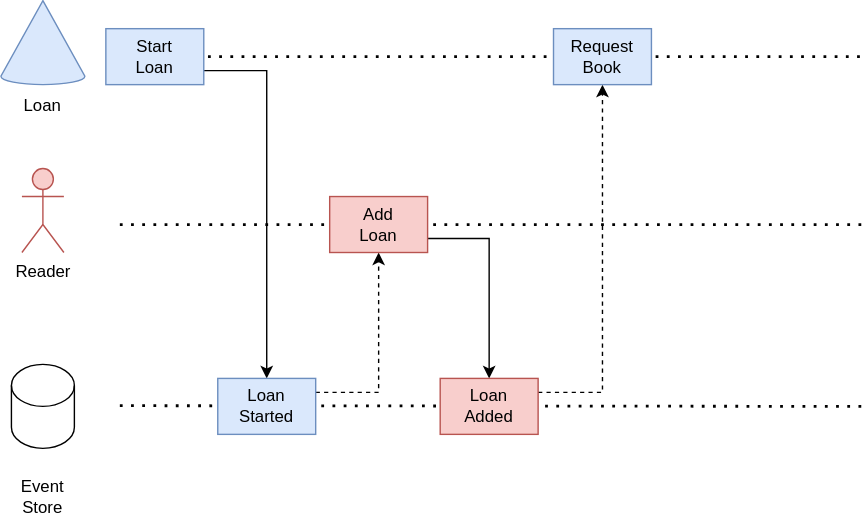
Earlier version of the draw.io export implementing-sagas/diagrams/happy-path-reader.svg (open-cqrs/opencqrs-samples). Source tidied: cells renumbered, new cells last; positions are measured from the earlier drawing's top-left corner, leaving out a move shared by most shapes.
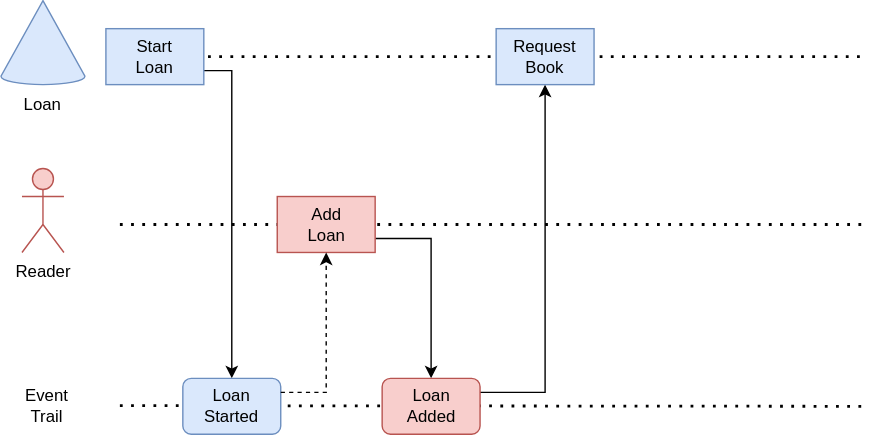
After the commit.

Diff of the diagram source:
```diff
@@ -3,64 +3,61 @@
     <mxCell id="0" />
     <mxCell id="1" parent="0" />
     <mxCell id="2" value="Reader" style="shape=umlActor;verticalLabelPosition=bottom;verticalAlign=top;html=1;fillColor=#f8cecc;strokeColor=#b85450;" parent="1" vertex="1">
-      <mxGeometry x="15" y="120" width="30" height="60" as="geometry" />
+      <mxGeometry x="10" y="1050" width="30" height="60" as="geometry" />
     </mxCell>
-    <mxCell id="3" style="endArrow=none;dashed=1;html=1;dashPattern=1 3;strokeWidth=2;rounded=0;" parent="1" edge="1">
-      <mxGeometry relative="1" as="geometry">
-        <mxPoint x="84" y="40" as="sourcePoint" />
-        <mxPoint x="615" y="40" as="targetPoint" />
-      </mxGeometry>
-    </mxCell>
-    <mxCell id="4" style="endArrow=none;dashed=1;html=1;dashPattern=1 3;strokeWidth=2;rounded=0;" parent="1" edge="1">
-      <mxGeometry relative="1" as="geometry">
-        <mxPoint x="85" y="160" as="sourcePoint" />
-        <mxPoint x="615" y="160" as="targetPoint" />
-      </mxGeometry>
-    </mxCell>
-    <mxCell id="5" style="shape=cylinder3;whiteSpace=wrap;html=1;boundedLbl=1;backgroundOutline=1;size=15;" parent="1" vertex="1">
-      <mxGeometry x="7.5" y="260" width="45" height="60" as="geometry" />
-    </mxCell>
-    <mxCell id="6" style="endArrow=none;dashed=1;html=1;dashPattern=1 3;strokeWidth=2;rounded=0;" parent="1" edge="1">
-      <mxGeometry relative="1" as="geometry">
-        <mxPoint x="85" y="289.5" as="sourcePoint" />
-        <mxPoint x="615" y="290" as="targetPoint" />
-      </mxGeometry>
-    </mxCell>
-    <mxCell id="7" value="Event&lt;br&gt;Store" style="text;html=1;align=center;verticalAlign=middle;whiteSpace=wrap;rounded=0;" parent="1" vertex="1">
-      <mxGeometry y="340" width="60" height="30" as="geometry" />
-    </mxCell>
-    <mxCell id="8" style="verticalLabelPosition=bottom;verticalAlign=top;html=1;shape=mxgraph.basic.cone2;dx=0.5;dy=0.9;fillColor=#dae8fc;strokeColor=#6c8ebf;" parent="1" vertex="1">
-      <mxGeometry width="60" height="60" as="geometry" />
-    </mxCell>
+    <mxCell id="20" style="endArrow=none;dashed=1;html=1;dashPattern=1 3;strokeWidth=2;rounded=0;" parent="1" edge="1">
+      <mxGeometry relative="1" as="geometry">
+        <mxPoint x="79" y="970" as="sourcePoint" />
+        <mxPoint x="615" y="970" as="targetPoint" />
+      </mxGeometry>
+    </mxCell>
+    <mxCell id="21" style="endArrow=none;dashed=1;html=1;dashPattern=1 3;strokeWidth=2;rounded=0;" parent="1" edge="1">
+      <mxGeometry relative="1" as="geometry">
+        <mxPoint x="80" y="1090" as="sourcePoint" />
+        <mxPoint x="615" y="1090" as="targetPoint" />
+      </mxGeometry>
+    </mxCell>
+    <mxCell id="22" style="endArrow=none;dashed=1;html=1;dashPattern=1 3;strokeWidth=2;rounded=0;" parent="1" edge="1">
+      <mxGeometry relative="1" as="geometry">
+        <mxPoint x="80" y="1219.5" as="sourcePoint" />
+        <mxPoint x="615" y="1220" as="targetPoint" />
+      </mxGeometry>
+    </mxCell>
+    <mxCell id="23" style="verticalLabelPosition=bottom;verticalAlign=top;html=1;shape=mxgraph.basic.cone2;dx=0.5;dy=0.9;fillColor=#dae8fc;strokeColor=#6c8ebf;" parent="1" vertex="1">
+      <mxGeometry x="-5" y="930" width="60" height="60" as="geometry" />
+    </mxCell>
     <mxCell id="9" value="Loan" style="text;html=1;align=center;verticalAlign=middle;whiteSpace=wrap;rounded=0;" parent="1" vertex="1">
-      <mxGeometry y="60" width="60" height="30" as="geometry" />
+      <mxGeometry x="-5" y="990" width="60" height="30" as="geometry" />
     </mxCell>
     <mxCell id="10" style="edgeStyle=orthogonalEdgeStyle;rounded=0;jettySize=auto;html=1;exitX=1;exitY=0.75;exitDx=0;exitDy=0;entryX=0.5;entryY=0;entryDx=0;entryDy=0;" parent="1" edge="1" source="11" target="13">
       <mxGeometry relative="1" as="geometry" />
     </mxCell>
     <mxCell id="11" value="Start&lt;br&gt;Loan" style="rounded=0;whiteSpace=wrap;html=1;fillColor=#dae8fc;strokeColor=#6c8ebf;" parent="1" vertex="1">
-      <mxGeometry x="75" y="20" width="70" height="40" as="geometry" />
+      <mxGeometry x="70" y="950" width="70" height="40" as="geometry" />
     </mxCell>
-    <mxCell id="12" style="edgeStyle=orthogonalEdgeStyle;rounded=0;jettySize=auto;html=1;exitX=1;exitY=0.25;exitDx=0;exitDy=0;entryX=0.5;entryY=1;entryDx=0;entryDy=0;dashed=1;" parent="1" edge="1" source="13" target="15">
-      <mxGeometry relative="1" as="geometry" />
-    </mxCell>
-    <mxCell id="13" value="Loan&lt;br&gt;Started" style="rounded=0;whiteSpace=wrap;html=1;fillColor=#dae8fc;strokeColor=#6c8ebf;" parent="1" vertex="1">
-      <mxGeometry x="155" y="270" width="70" height="40" as="geometry" />
+    <mxCell id="13" value="Loan&lt;br&gt;Started" style="rounded=1;whiteSpace=wrap;html=1;fillColor=#dae8fc;strokeColor=#6c8ebf;" parent="1" vertex="1">
+      <mxGeometry x="125" y="1200" width="70" height="40" as="geometry" />
     </mxCell>
     <mxCell id="14" style="edgeStyle=orthogonalEdgeStyle;rounded=0;jettySize=auto;html=1;exitX=1;exitY=0.75;exitDx=0;exitDy=0;entryX=0.5;entryY=0;entryDx=0;entryDy=0;" parent="1" edge="1" source="15" target="17">
       <mxGeometry relative="1" as="geometry" />
     </mxCell>
     <mxCell id="15" value="Add&lt;br&gt;Loan" style="rounded=0;whiteSpace=wrap;html=1;fillColor=#f8cecc;strokeColor=#b85450;" parent="1" vertex="1">
-      <mxGeometry x="235" y="140" width="70" height="40" as="geometry" />
+      <mxGeometry x="192.5" y="1070" width="70" height="40" as="geometry" />
     </mxCell>
+    <mxCell id="12" style="edgeStyle=orthogonalEdgeStyle;rounded=0;jettySize=auto;html=1;exitX=1;exitY=0.25;exitDx=0;exitDy=0;entryX=0.5;entryY=1;entryDx=0;entryDy=0;dashed=1;" parent="1" edge="1" source="13" target="15">
+      <mxGeometry relative="1" as="geometry" />
+    </mxCell>
-    <mxCell id="16" style="edgeStyle=orthogonalEdgeStyle;rounded=0;jettySize=auto;html=1;exitX=1;exitY=0.25;exitDx=0;exitDy=0;entryX=0.5;entryY=1;entryDx=0;entryDy=0;dashed=1;" parent="1" edge="1" source="17" target="18">
+    <mxCell id="16" style="edgeStyle=orthogonalEdgeStyle;rounded=0;jettySize=auto;html=1;exitX=1;exitY=0.25;exitDx=0;exitDy=0;" parent="1" edge="1" source="17" target="18">
       <mxGeometry relative="1" as="geometry" />
     </mxCell>
-    <mxCell id="17" value="Loan&lt;br&gt;Added" style="rounded=0;whiteSpace=wrap;html=1;fillColor=#f8cecc;strokeColor=#b85450;" parent="1" vertex="1">
-      <mxGeometry x="314" y="270" width="70" height="40" as="geometry" />
+    <mxCell id="17" value="Loan&lt;br&gt;Added" style="rounded=1;whiteSpace=wrap;html=1;fillColor=#f8cecc;strokeColor=#b85450;" parent="1" vertex="1">
+      <mxGeometry x="267.5" y="1200" width="70" height="40" as="geometry" />
     </mxCell>
+    <mxCell id="24" value="Event&lt;br&gt;Trail" style="text;html=1;align=center;verticalAlign=middle;whiteSpace=wrap;rounded=0;" parent="1" vertex="1">
+      <mxGeometry x="-2.5" y="1205" width="60" height="30" as="geometry" />
+    </mxCell>
     <mxCell id="18" value="Request&lt;br&gt;Book" style="rounded=0;whiteSpace=wrap;html=1;fillColor=#dae8fc;strokeColor=#6c8ebf;" parent="1" vertex="1">
-      <mxGeometry x="395" y="20" width="70" height="40" as="geometry" />
+      <mxGeometry x="349" y="950" width="70" height="40" as="geometry" />
     </mxCell>
     <mxCell id="19" value="Commands &amp; Events" parent="0" />
   </root>
```
